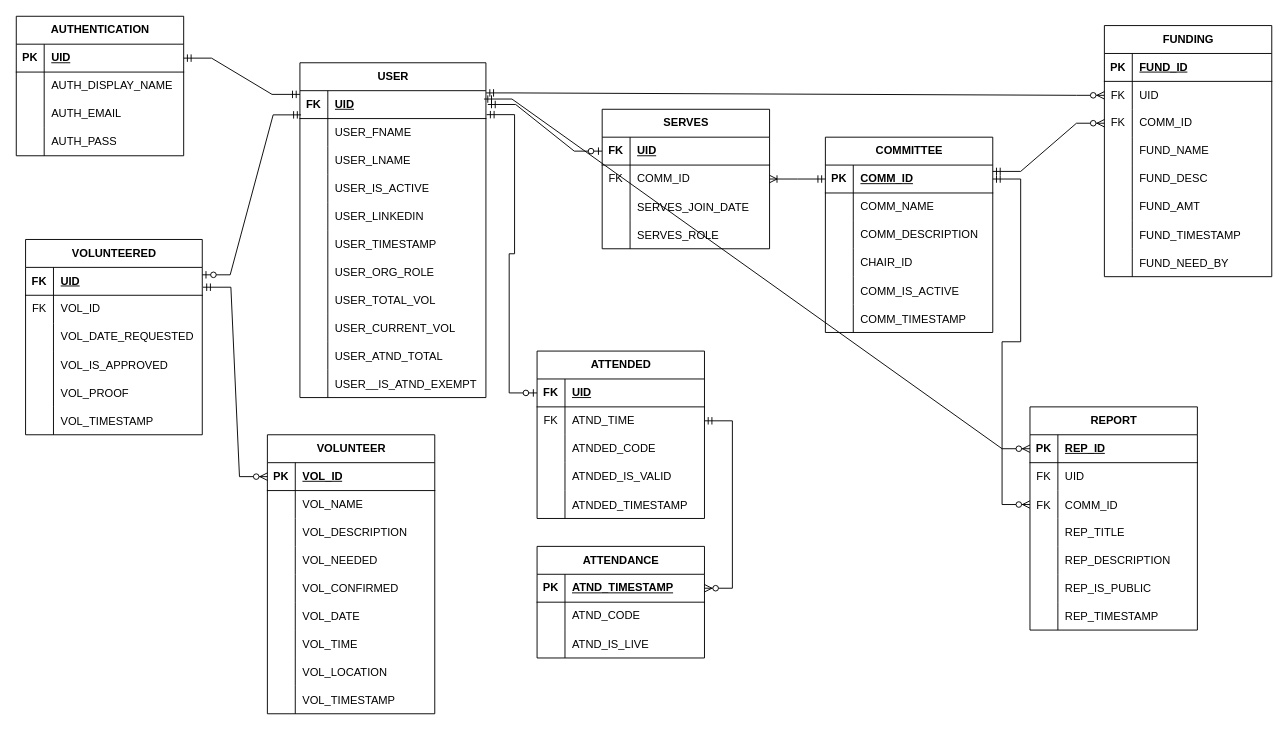
Earlier version of the draw.io diagram dev/ApolloDBRelationalModel.drawio (Monotonality/Apollo). Source tidied: cells renumbered, new cells numbered last; positions are measured from the earlier drawing's top-left corner, leaving out a move shared by most shapes. Both pictures are drawn from the tidied source at 93%, with x=0, y=0 at pixel (16, 16).
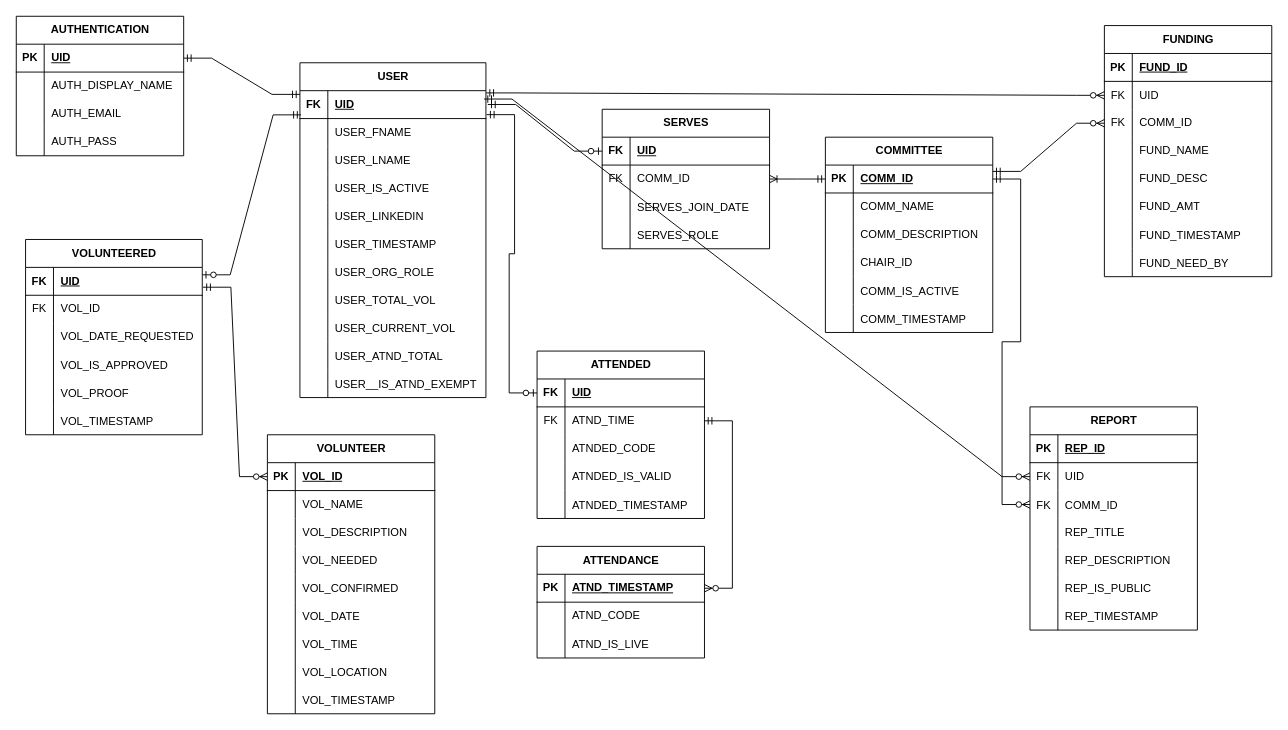
The same diagram, later.

The change refers to these unchanged cells:
```xml
<mxCell id="3" style="shape=tableRow;horizontal=0;startSize=0;swimlaneHead=0;swimlaneBody=0;fillColor=none;points=[[0,0.5],[1,0.5]];portConstraint=eastwest;top=0;left=0;right=0;bottom=1;" parent="2" vertex="1">
  <mxGeometry y="30" width="200" height="30" as="geometry" />
</mxCell>
<mxCell id="189" style="shape=tableRow;horizontal=0;startSize=0;swimlaneHead=0;swimlaneBody=0;fillColor=none;points=[[0,0.5],[1,0.5]];portConstraint=eastwest;top=0;left=0;right=0;bottom=1;" parent="188" vertex="1">
  <mxGeometry y="30" width="180" height="30" as="geometry" />
</mxCell>
<mxCell id="192" style="shape=tableRow;horizontal=0;startSize=0;swimlaneHead=0;swimlaneBody=0;fillColor=none;points=[[0,0.5],[1,0.5]];portConstraint=eastwest;top=0;left=0;right=0;bottom=0;" parent="188" vertex="1">
  <mxGeometry y="60" width="180" height="30" as="geometry" />
</mxCell>
```

Diff of the diagram source:
```diff
@@
-    <mxCell id="211" style="edgeStyle=entityRelationEdgeStyle;fontSize=12;html=1;endArrow=ERzeroToMany;startArrow=ERmandOne;rounded=0;entryX=0;entryY=0.5;entryDx=0;entryDy=0;exitX=0.99;exitY=0.3;exitDx=0;exitDy=0;exitPerimeter=0;" parent="1" edge="1" source="3" target="189">
+    <mxCell id="211" style="edgeStyle=entityRelationEdgeStyle;fontSize=12;html=1;endArrow=ERzeroToMany;startArrow=ERmandOne;rounded=0;entryX=0;entryY=0.5;entryDx=0;entryDy=0;exitX=0.99;exitY=0.3;exitDx=0;exitDy=0;exitPerimeter=0;" parent="1" edge="1" source="3" target="192">
       <mxGeometry relative="1" as="geometry" />
     </mxCell>
```
